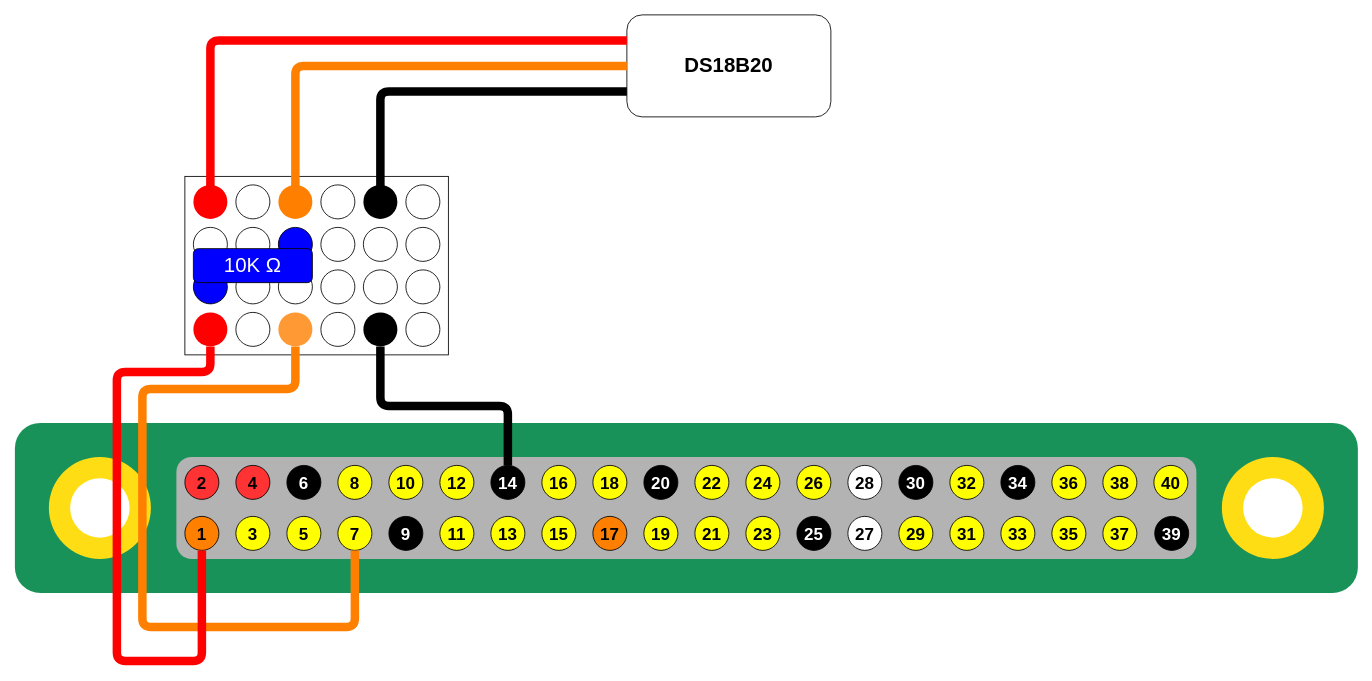
Earlier version of the draw.io diagram drawio/rpi-gpio.drawio (Chu3an/rpi-iot-lesson). Source tidied: cells renumbered, new cells numbered last; positions are measured from the earlier drawing's top-left corner, leaving out a move shared by most shapes. Both pictures are drawn from the tidied source at 85%, with x=0, y=0 at pixel (14, 14).
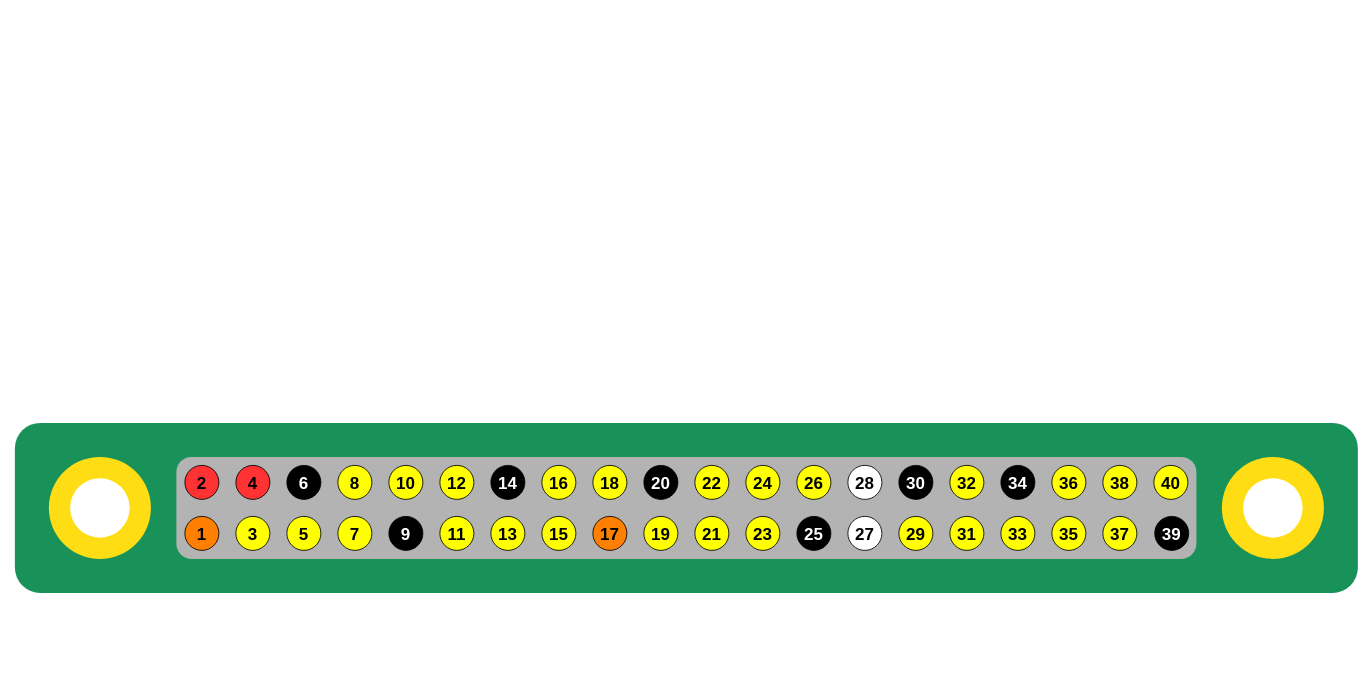
The same diagram, later.

Unchanged cells that the change refers to:
```xml
<mxCell id="9" value="1" style="ellipse;whiteSpace=wrap;html=1;fontStyle=1;fontSize=20;fillColor=#FF8000;" parent="1" vertex="1">
  <mxGeometry x="200" y="590" width="40" height="40" as="geometry" />
</mxCell>
<mxCell id="24" value="7" style="ellipse;whiteSpace=wrap;html=1;fontStyle=1;fontSize=20;fillColor=#FFFF00;" parent="1" vertex="1">
  <mxGeometry x="380" y="590" width="40" height="40" as="geometry" />
</mxCell>
<mxCell id="36" value="14" style="ellipse;whiteSpace=wrap;html=1;fontStyle=1;fontSize=20;fillColor=#000000;labelBackgroundColor=none;fontColor=#FFFFFF;" parent="1" vertex="1">
  <mxGeometry x="560" y="530" width="40" height="40" as="geometry" />
</mxCell>
```

Change to the diagram source:
```diff
@@
-    <mxCell id="49" value="DS18B20" style="rounded=1;whiteSpace=wrap;html=1;fontSize=24;fontStyle=1;" parent="1" vertex="1">
-      <mxGeometry x="720" width="240" height="120" as="geometry" />
-    </mxCell>
-    <mxCell id="50" style="group;" parent="1" vertex="1">
-      <mxGeometry x="200" y="190" width="310" height="210" as="geometry" />
-    </mxCell>
-    <mxCell id="51" style="rounded=0;whiteSpace=wrap;html=1;" parent="50" vertex="1">
-      <mxGeometry width="310" height="210" as="geometry" />
-    </mxCell>
-    <mxCell id="52" style="ellipse;whiteSpace=wrap;html=1;fillColor=#FF0000;strokeColor=none;" parent="50" vertex="1">
-      <mxGeometry x="10" y="160" width="40" height="40" as="geometry" />
-    </mxCell>
-    <mxCell id="53" style="ellipse;whiteSpace=wrap;html=1;fillColor=#0000FF;" parent="50" vertex="1">
-      <mxGeometry x="10" y="110" width="40" height="40" as="geometry" />
-    </mxCell>
-    <mxCell id="54" style="ellipse;whiteSpace=wrap;html=1;" parent="50" vertex="1">
-      <mxGeometry x="10" y="60" width="40" height="40" as="geometry" />
-    </mxCell>
-    <mxCell id="55" style="ellipse;whiteSpace=wrap;html=1;fillColor=#FF0000;strokeColor=none;" parent="50" vertex="1">
-      <mxGeometry x="10" y="10" width="40" height="40" as="geometry" />
-    </mxCell>
-    <mxCell id="56" style="ellipse;whiteSpace=wrap;html=1;" parent="50" vertex="1">
-      <mxGeometry x="60" y="10" width="40" height="40" as="geometry" />
-    </mxCell>
-    <mxCell id="57" style="ellipse;whiteSpace=wrap;html=1;fillColor=none;" parent="50" vertex="1">
-      <mxGeometry x="60" y="60" width="40" height="40" as="geometry" />
-    </mxCell>
-    <mxCell id="58" style="ellipse;whiteSpace=wrap;html=1;fillColor=none;" parent="50" vertex="1">
-      <mxGeometry x="60" y="110" width="40" height="40" as="geometry" />
-    </mxCell>
-    <mxCell id="59" style="ellipse;whiteSpace=wrap;html=1;fillColor=none;" parent="50" vertex="1">
-      <mxGeometry x="60" y="160" width="40" height="40" as="geometry" />
-    </mxCell>
-    <mxCell id="60" style="ellipse;whiteSpace=wrap;html=1;fillColor=#FF8000;strokeColor=none;" parent="50" vertex="1">
-      <mxGeometry x="110" y="10" width="40" height="40" as="geometry" />
-    </mxCell>
-    <mxCell id="61" style="ellipse;whiteSpace=wrap;html=1;fillColor=#0000FF;" parent="50" vertex="1">
-      <mxGeometry x="110" y="60" width="40" height="40" as="geometry" />
-    </mxCell>
-    <mxCell id="62" style="ellipse;whiteSpace=wrap;html=1;fillColor=none;" parent="50" vertex="1">
-      <mxGeometry x="110" y="110" width="40" height="40" as="geometry" />
-    </mxCell>
-    <mxCell id="63" style="ellipse;whiteSpace=wrap;html=1;fillColor=#FF9933;strokeColor=none;" parent="50" vertex="1">
-      <mxGeometry x="110" y="160" width="40" height="40" as="geometry" />
-    </mxCell>
-    <mxCell id="64" style="ellipse;whiteSpace=wrap;html=1;" parent="50" vertex="1">
-      <mxGeometry x="160" y="10" width="40" height="40" as="geometry" />
-    </mxCell>
-    <mxCell id="65" style="ellipse;whiteSpace=wrap;html=1;" parent="50" vertex="1">
-      <mxGeometry x="160" y="60" width="40" height="40" as="geometry" />
-    </mxCell>
-    <mxCell id="66" style="ellipse;whiteSpace=wrap;html=1;" parent="50" vertex="1">
-      <mxGeometry x="160" y="110" width="40" height="40" as="geometry" />
-    </mxCell>
-    <mxCell id="67" style="ellipse;whiteSpace=wrap;html=1;fillColor=none;" parent="50" vertex="1">
-      <mxGeometry x="160" y="160" width="40" height="40" as="geometry" />
-    </mxCell>
-    <mxCell id="68" style="ellipse;whiteSpace=wrap;html=1;strokeColor=none;fillColor=#000000;" parent="50" vertex="1">
-      <mxGeometry x="210" y="10" width="40" height="40" as="geometry" />
-    </mxCell>
-    <mxCell id="69" style="ellipse;whiteSpace=wrap;html=1;" parent="50" vertex="1">
-      <mxGeometry x="210" y="60" width="40" height="40" as="geometry" />
-    </mxCell>
-    <mxCell id="70" style="ellipse;whiteSpace=wrap;html=1;" parent="50" vertex="1">
-      <mxGeometry x="210" y="110" width="40" height="40" as="geometry" />
-    </mxCell>
-    <mxCell id="71" style="ellipse;whiteSpace=wrap;html=1;fillColor=#000000;strokeColor=none;" parent="50" vertex="1">
-      <mxGeometry x="210" y="160" width="40" height="40" as="geometry" />
-    </mxCell>
-    <mxCell id="72" style="ellipse;whiteSpace=wrap;html=1;" parent="50" vertex="1">
-      <mxGeometry x="260" y="10" width="40" height="40" as="geometry" />
-    </mxCell>
-    <mxCell id="73" style="ellipse;whiteSpace=wrap;html=1;" parent="50" vertex="1">
-      <mxGeometry x="260" y="60" width="40" height="40" as="geometry" />
-    </mxCell>
-    <mxCell id="74" style="ellipse;whiteSpace=wrap;html=1;" parent="50" vertex="1">
-      <mxGeometry x="260" y="110" width="40" height="40" as="geometry" />
-    </mxCell>
-    <mxCell id="75" style="ellipse;whiteSpace=wrap;html=1;" parent="50" vertex="1">
-      <mxGeometry x="260" y="160" width="40" height="40" as="geometry" />
-    </mxCell>
-    <mxCell id="76" value="10K Ω" style="rounded=1;whiteSpace=wrap;html=1;strokeColor=#000000;gradientColor=none;fontSize=24;fillColor=#0000FF;fontColor=#FFFFFF;" parent="50" vertex="1">
-      <mxGeometry x="10" y="85" width="140" height="40" as="geometry" />
-    </mxCell>
-    <mxCell id="77" style="endArrow=none;html=1;fontSize=20;exitX=0;exitY=0.75;exitDx=0;exitDy=0;strokeWidth=10;" parent="1" edge="1" source="49">
-      <mxGeometry relative="1" as="geometry">
-        <mxPoint x="430" y="222" as="targetPoint" />
-        <Array as="points">
-          <mxPoint x="430" y="90" />
-        </Array>
-      </mxGeometry>
-    </mxCell>
-    <mxCell id="78" style="endArrow=none;html=1;fontSize=20;exitX=0;exitY=0.5;exitDx=0;exitDy=0;strokeWidth=10;strokeColor=#FF8000;entryX=0.5;entryY=0.625;entryDx=0;entryDy=0;entryPerimeter=0;" parent="1" edge="1" source="49" target="60">
-      <mxGeometry relative="1" as="geometry">
-        <Array as="points">
-          <mxPoint x="330" y="60" />
-        </Array>
-      </mxGeometry>
-    </mxCell>
-    <mxCell id="79" style="endArrow=none;html=1;fontSize=20;exitX=0;exitY=0.25;exitDx=0;exitDy=0;strokeWidth=10;strokeColor=#FF0000;entryX=0.5;entryY=0.65;entryDx=0;entryDy=0;entryPerimeter=0;" parent="1" edge="1" source="49" target="55">
-      <mxGeometry relative="1" as="geometry">
-        <Array as="points">
-          <mxPoint x="230" y="30" />
-        </Array>
-      </mxGeometry>
-    </mxCell>
-    <mxCell id="80" style="endArrow=none;html=1;fontSize=20;exitX=0.5;exitY=1;exitDx=0;exitDy=0;strokeWidth=10;entryX=0.5;entryY=0;entryDx=0;entryDy=0;" parent="1" edge="1" source="71" target="36">
-      <mxGeometry relative="1" as="geometry">
-        <Array as="points">
-          <mxPoint x="430" y="460" />
-          <mxPoint x="580" y="460" />
-        </Array>
-      </mxGeometry>
-    </mxCell>
-    <mxCell id="81" style="endArrow=none;html=1;fontSize=20;exitX=0.5;exitY=1;exitDx=0;exitDy=0;strokeWidth=10;strokeColor=#FF8000;entryX=0.5;entryY=1;entryDx=0;entryDy=0;" parent="1" edge="1" source="63" target="24">
-      <mxGeometry relative="1" as="geometry">
-        <Array as="points">
-          <mxPoint x="330" y="440" />
-          <mxPoint x="150" y="440" />
-          <mxPoint x="150" y="720" />
-          <mxPoint x="400" y="720" />
-        </Array>
-      </mxGeometry>
-    </mxCell>
-    <mxCell id="82" style="endArrow=none;html=1;fontSize=20;exitX=0.5;exitY=1;exitDx=0;exitDy=0;strokeWidth=10;strokeColor=#FF0000;entryX=0.5;entryY=1;entryDx=0;entryDy=0;" parent="1" edge="1" source="52" target="9">
-      <mxGeometry relative="1" as="geometry">
-        <Array as="points">
-          <mxPoint x="230" y="420" />
-          <mxPoint x="120" y="420" />
-          <mxPoint x="120" y="760" />
-          <mxPoint x="220" y="760" />
-        </Array>
-      </mxGeometry>
-    </mxCell>
```
